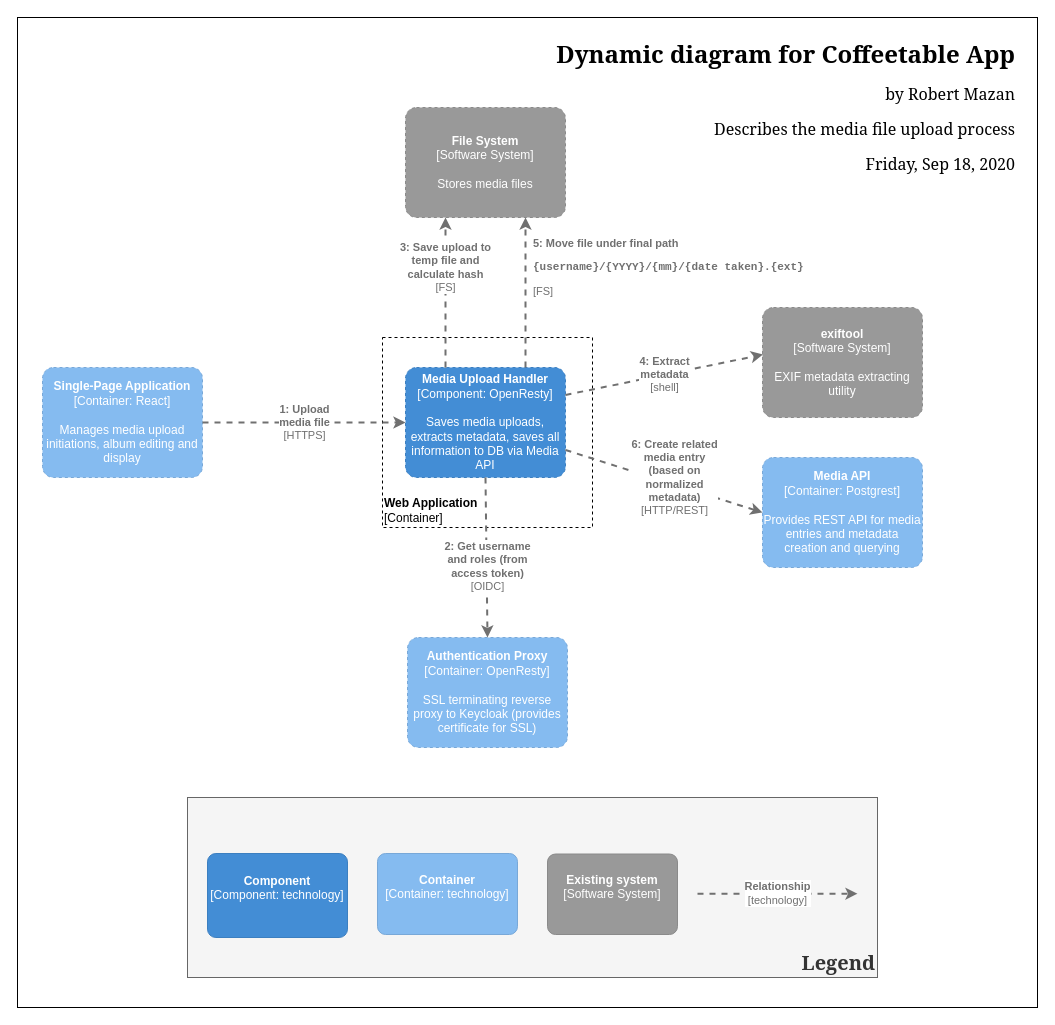
robmazan/coffeetable keeps this draw.io diagram as page "Dynamic: Upload" (4 of 6) of docs/images/coffeetable.drawio. Above is the earlier version. Source tidied: cells renumbered, new cells numbered last; positions are measured from the earlier drawing's top-left corner, leaving out a move shared by most shapes. Both pictures are drawn from the tidied source at 100%, with x=0, y=0 at pixel (17, 17).
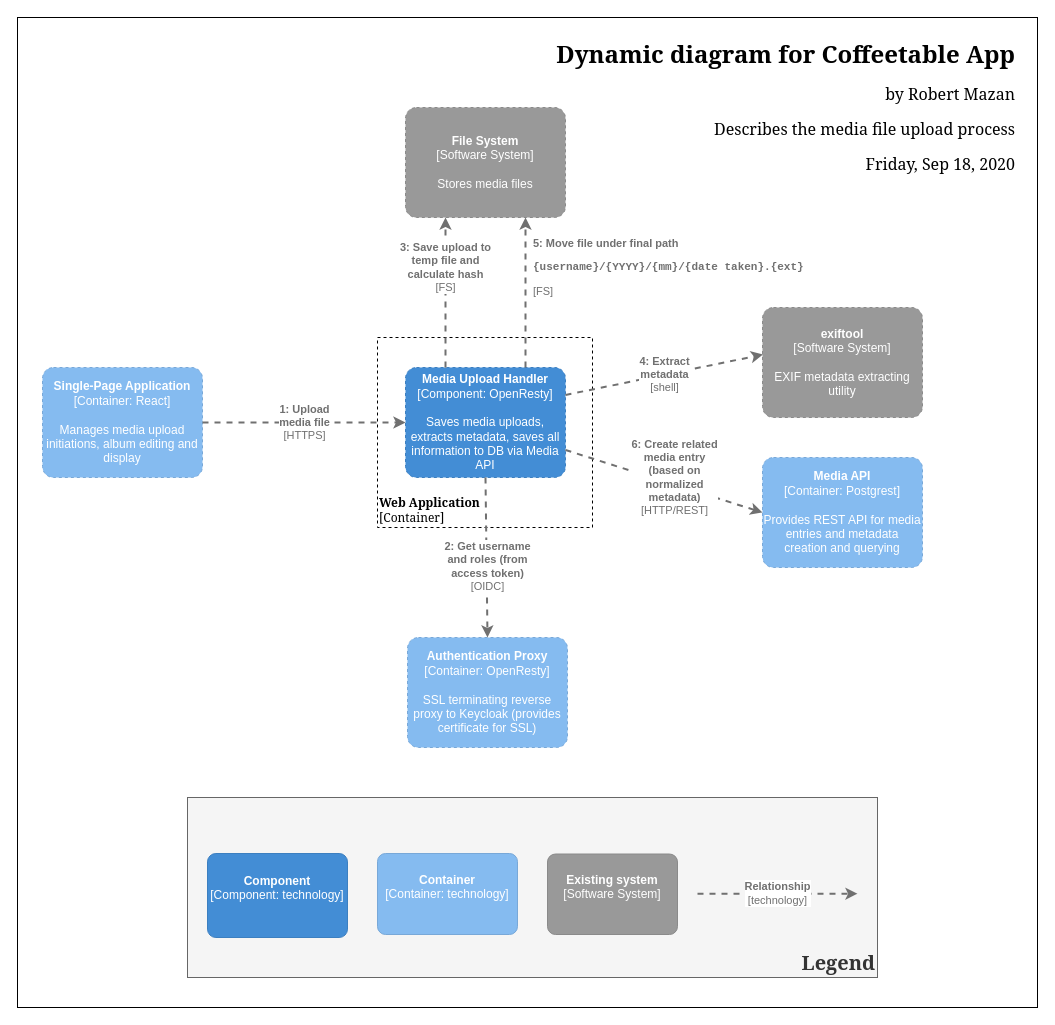
The same diagram, later.

The edit, as a diff of the source:
```diff
@@
-    <mxCell id="3" value="&lt;b&gt;Web Application&lt;/b&gt;&lt;br&gt;[Container]" style="rounded=0;whiteSpace=wrap;html=1;fillColor=none;dashed=1;align=left;verticalAlign=bottom;" parent="1" vertex="1">
-      <mxGeometry x="365" y="320" width="210" height="190" as="geometry" />
+    <mxCell id="3" value="&lt;b&gt;Web Application&lt;/b&gt;&lt;br&gt;[Container]" style="rounded=0;whiteSpace=wrap;html=1;fillColor=none;dashed=1;align=left;verticalAlign=bottom;fontFamily=Georgia;" parent="1" vertex="1">
+      <mxGeometry x="360" y="320" width="215" height="190" as="geometry" />
     </mxCell>
```
